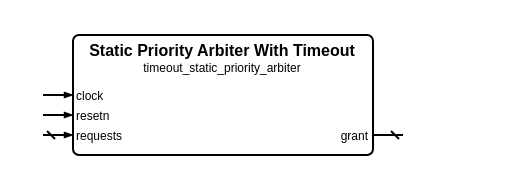
The draw.io diagram sources/arbiter/timeout_static_priority_arbiter/timeout_static_priority_arbiter.symbol.drawio in Louis-DR/OmniCores-BuildingBlocks, before the edit. Source tidied: cells renumbered, new cells numbered last; positions are measured from the earlier drawing's top-left corner, leaving out a move shared by most shapes. Both pictures are drawn from the tidied source at 200%, with x=0, y=0 at pixel (42, 34).
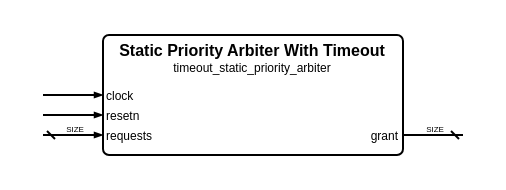
After the change.

Change to the diagram source:
```diff
@@
 <mxGraphModel>
   <root>
     <mxCell id="0" />
     <mxCell id="1" parent="0" />
     <mxCell id="2" style="group;" parent="1" vertex="1">
-      <mxGeometry width="180" height="60" as="geometry" />
+      <mxGeometry width="210" height="60" as="geometry" />
     </mxCell>
     <mxCell id="3" style="rounded=1;arcSize=5;fillColor=none;strokeWidth=1;strokeColor=black;whiteSpace=wrap;html=1;" parent="2" vertex="1">
-      <mxGeometry x="15" width="150" height="60" as="geometry" />
+      <mxGeometry x="30" width="150" height="60" as="geometry" />
     </mxCell>
     <mxCell id="4" value="Static Priority Arbiter With Timeout" style="text;html=1;align=center;verticalAlign=middle;whiteSpace=wrap;rounded=0;fontSize=8;fontStyle=1;fontColor=black;" parent="2" vertex="1">
-      <mxGeometry x="15" y="7" width="150" as="geometry" />
+      <mxGeometry x="30" y="7" width="150" as="geometry" />
     </mxCell>
     <mxCell id="5" value="timeout_static_priority_arbiter" style="text;html=1;align=center;verticalAlign=middle;whiteSpace=wrap;rounded=0;fontSize=6;fontStyle=0;fontColor=black;" parent="2" vertex="1">
-      <mxGeometry x="15" y="16" width="150" as="geometry" />
+      <mxGeometry x="30" y="16" width="150" as="geometry" />
     </mxCell>
     <mxCell id="6" value="clock" style="text;html=1;align=left;verticalAlign=middle;whiteSpace=wrap;rounded=0;fontSize=6;fontStyle=0;fontColor=black;" parent="2" vertex="1">
-      <mxGeometry x="15" y="30" width="150" as="geometry" />
+      <mxGeometry x="30" y="30" width="150" as="geometry" />
     </mxCell>
     <mxCell id="7" style="html=1;rounded=1;strokeWidth=1;strokeColor=black;startFill=0;startSize=2;startArrow=none;endFill=1;endSize=2;endArrow=blockThin;sourcePerimeterSpacing=0;" parent="2" edge="1">
       <mxGeometry relative="1" as="geometry">
         <mxPoint y="30" as="sourcePoint" />
-        <mxPoint x="15" y="30" as="targetPoint" />
+        <mxPoint x="30" y="30" as="targetPoint" />
       </mxGeometry>
     </mxCell>
     <mxCell id="8" value="resetn" style="text;html=1;align=left;verticalAlign=middle;whiteSpace=wrap;rounded=0;fontSize=6;fontStyle=0;fontColor=black;" parent="2" vertex="1">
-      <mxGeometry x="15" y="40" width="150" as="geometry" />
+      <mxGeometry x="30" y="40" width="150" as="geometry" />
     </mxCell>
     <mxCell id="9" style="html=1;rounded=1;strokeWidth=1;strokeColor=black;startFill=0;startSize=2;startArrow=none;endFill=1;endSize=2;endArrow=blockThin;sourcePerimeterSpacing=0;" parent="2" edge="1">
       <mxGeometry relative="1" as="geometry">
         <mxPoint y="40" as="sourcePoint" />
-        <mxPoint x="15" y="40" as="targetPoint" />
+        <mxPoint x="30" y="40" as="targetPoint" />
       </mxGeometry>
     </mxCell>
     <mxCell id="10" value="requests" style="text;html=1;align=left;verticalAlign=middle;whiteSpace=wrap;rounded=0;fontSize=6;fontStyle=0;fontColor=black;" parent="2" vertex="1">
-      <mxGeometry x="15" y="50" width="150" as="geometry" />
+      <mxGeometry x="30" y="50" width="150" as="geometry" />
     </mxCell>
     <mxCell id="11" style="html=1;rounded=1;strokeWidth=1;strokeColor=black;startFill=0;startSize=2;startArrow=dash;endFill=1;endSize=2;endArrow=blockThin;sourcePerimeterSpacing=0;" parent="2" edge="1">
       <mxGeometry relative="1" as="geometry">
         <mxPoint y="50" as="sourcePoint" />
-        <mxPoint x="15" y="50" as="targetPoint" />
+        <mxPoint x="30" y="50" as="targetPoint" />
       </mxGeometry>
     </mxCell>
+    <mxCell id="14" value="SIZE" style="text;html=1;align=center;verticalAlign=middle;whiteSpace=nowrap;rounded=0;fontSize=4;fontStyle=0;fontColor=black;" parent="2" vertex="1">
+      <mxGeometry x="15" y="47" as="geometry" />
+    </mxCell>
     <mxCell id="12" value="grant" style="text;html=1;align=right;verticalAlign=middle;whiteSpace=wrap;rounded=0;fontSize=6;fontStyle=0;fontColor=black;" parent="2" vertex="1">
-      <mxGeometry x="15" y="50" width="150" as="geometry" />
+      <mxGeometry x="30" y="50" width="150" as="geometry" />
     </mxCell>
     <mxCell id="13" style="html=1;rounded=1;strokeWidth=1;strokeColor=black;startFill=0;startSize=2;startArrow=dash;endFill=1;endSize=2;endArrow=none;sourcePerimeterSpacing=0;" parent="2" edge="1">
       <mxGeometry relative="1" as="geometry">
-        <mxPoint x="180" y="50" as="sourcePoint" />
-        <mxPoint x="165" y="50" as="targetPoint" />
+        <mxPoint x="210" y="50" as="sourcePoint" />
+        <mxPoint x="180" y="50" as="targetPoint" />
       </mxGeometry>
     </mxCell>
+    <mxCell id="15" value="SIZE" style="text;html=1;align=center;verticalAlign=middle;whiteSpace=nowrap;rounded=0;fontSize=4;fontStyle=0;fontColor=black;" parent="2" vertex="1">
+      <mxGeometry x="195" y="47" as="geometry" />
+    </mxCell>
   </root>
 </mxGraphModel>
```
